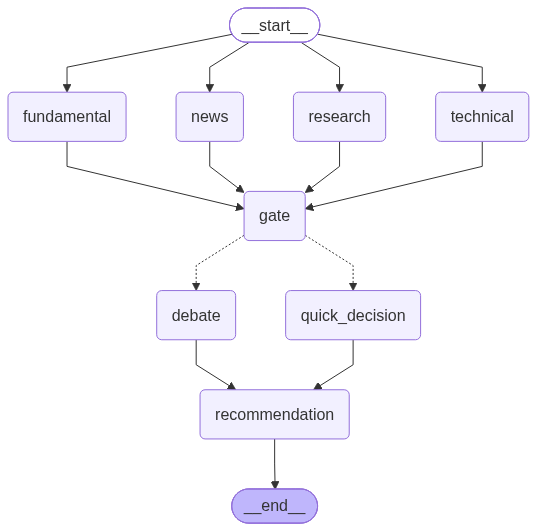
Before: docs/mermaid.png, a diagram exported from Mermaid (sumit-0804/AlphaForge-AI). Its source is kept beside it as docs/mermaid.mmd.
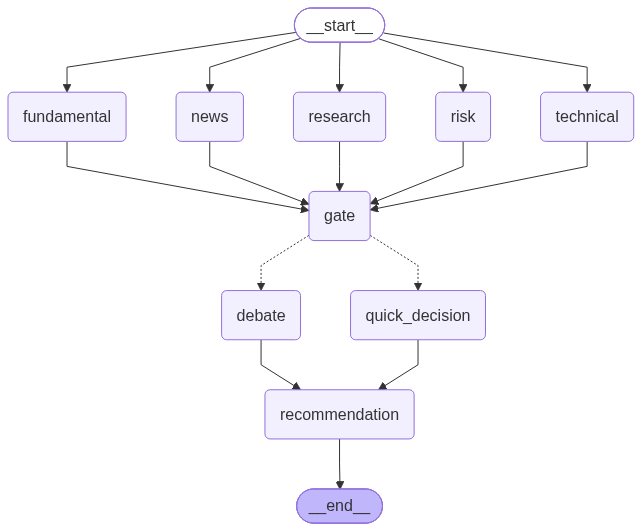
Above is the later version.

The edit, as a diff of the source:
```diff
@@ -9,6 +9,7 @@
 	technical(technical)
 	fundamental(fundamental)
 	news(news)
+	risk(risk)
 	gate(gate)
 	debate(debate)
 	quick_decision(quick_decision)
@@ -17,6 +18,7 @@
 	__start__ --> fundamental;
 	__start__ --> news;
 	__start__ --> research;
+	__start__ --> risk;
 	__start__ --> technical;
 	debate --> recommendation;
 	fundamental --> gate;
@@ -25,6 +27,7 @@
 	news --> gate;
 	quick_decision --> recommendation;
 	research --> gate;
+	risk --> gate;
 	technical --> gate;
 	recommendation --> __end__;
 	classDef default fill:#f2f0ff,line-height:1.2
```
